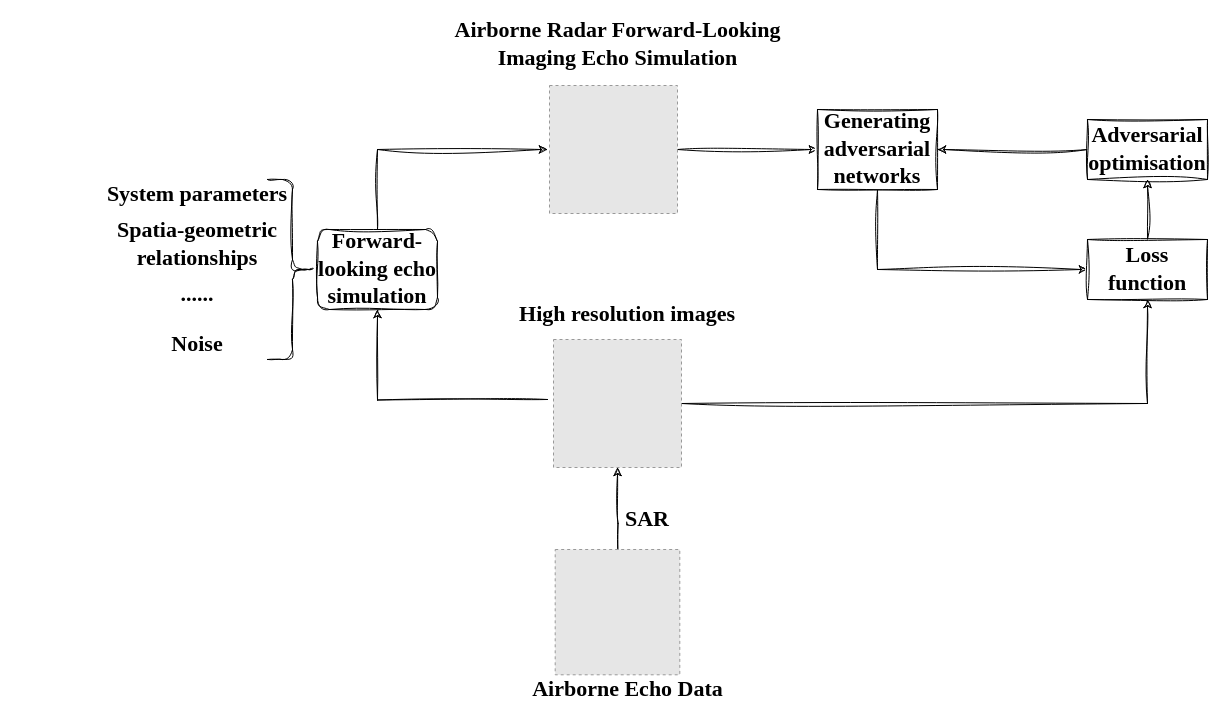
This is dataprocess.drawio from LFNing/General, a draw.io file, before an edit. Source tidied: cells renumbered, new cells numbered last; positions are measured from the earlier drawing's top-left corner, leaving out a move shared by most shapes. Both pictures are drawn from the tidied source at 100%, with x=0, y=0 at pixel (97, 29). Pictures stored in the file or linked from it are replaced by grey dashed boxes.
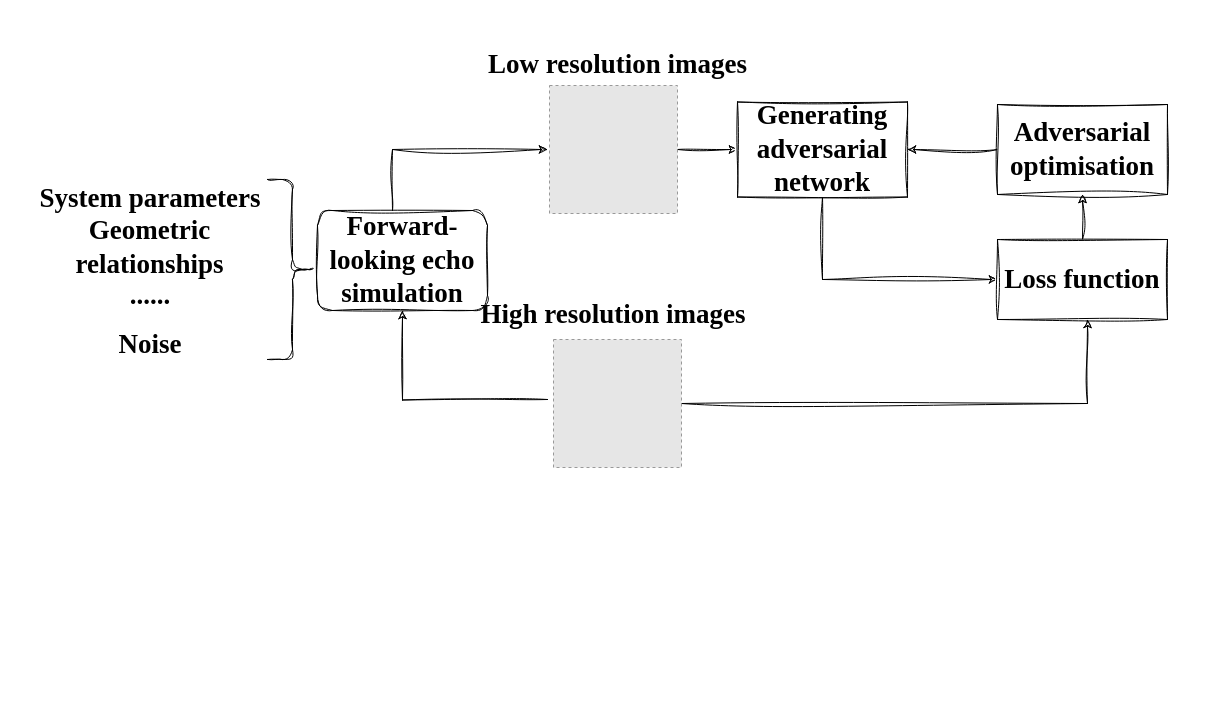
The same page after the edit.

Change to the diagram source:
```diff
@@
-    <mxCell id="2" style="edgeStyle=orthogonalEdgeStyle;rounded=0;sketch=1;hachureGap=4;jiggle=2;curveFitting=1;jettySize=auto;html=1;fontFamily=Architects Daughter;fontSize=22;fontStyle=1;spacing=1;spacingTop=0;spacingBottom=0;" parent="1" edge="1" source="3">
+    <mxCell id="2" style="edgeStyle=orthogonalEdgeStyle;rounded=0;sketch=1;hachureGap=4;jiggle=2;curveFitting=1;jettySize=auto;html=1;fontFamily=Architects Daughter;fontSize=27;fontStyle=1;spacing=1;spacingTop=0;spacingBottom=0;" parent="1" edge="1" source="3">
       <mxGeometry relative="1" as="geometry">
         <mxPoint x="450" y="120" as="targetPoint" />
         <Array as="points">
-          <mxPoint x="280" y="120" />
+          <mxPoint x="295" y="120" />
         </Array>
       </mxGeometry>
     </mxCell>
-    <mxCell id="3" value="&lt;font face=&quot;Times New Roman&quot; style=&quot;font-size: 22px;&quot;&gt;Forward-looking echo simulation&lt;/font&gt;" style="rounded=1;whiteSpace=wrap;html=1;sketch=1;hachureGap=4;jiggle=2;curveFitting=1;fontFamily=Architects Daughter;fontSize=22;gradientColor=none;fontStyle=1;spacing=1;spacingTop=0;spacingBottom=0;" parent="1" vertex="1">
-      <mxGeometry x="220" y="200" width="120" height="80" as="geometry" />
+    <mxCell id="3" value="&lt;font face=&quot;Times New Roman&quot; style=&quot;font-size: 27px;&quot;&gt;Forward-looking echo simulation&lt;/font&gt;" style="rounded=1;whiteSpace=wrap;html=1;sketch=1;hachureGap=4;jiggle=2;curveFitting=1;fontFamily=Architects Daughter;fontSize=27;gradientColor=none;fontStyle=1;spacing=1;spacingTop=0;spacingBottom=0;" parent="1" vertex="1">
+      <mxGeometry x="220" y="181" width="170" height="100" as="geometry" />
     </mxCell>
-    <mxCell id="4" style="edgeStyle=orthogonalEdgeStyle;rounded=0;sketch=1;hachureGap=4;jiggle=2;curveFitting=1;jettySize=auto;html=1;entryX=0;entryY=0.5;entryDx=0;entryDy=0;fontFamily=Architects Daughter;fontSize=22;fontStyle=1;spacing=1;spacingTop=0;spacingBottom=0;" parent="1" edge="1" source="20" target="8">
+    <mxCell id="4" style="edgeStyle=orthogonalEdgeStyle;rounded=0;sketch=1;hachureGap=4;jiggle=2;curveFitting=1;jettySize=auto;html=1;entryX=0;entryY=0.5;entryDx=0;entryDy=0;fontFamily=Architects Daughter;fontSize=27;fontStyle=1;spacing=1;spacingTop=0;spacingBottom=0;" parent="1" edge="1" source="20" target="8">
       <mxGeometry relative="1" as="geometry" />
     </mxCell>
-    <mxCell id="5" style="edgeStyle=orthogonalEdgeStyle;rounded=0;sketch=1;hachureGap=4;jiggle=2;curveFitting=1;jettySize=auto;html=1;entryX=0.5;entryY=1;entryDx=0;entryDy=0;fontFamily=Architects Daughter;fontSize=22;fontStyle=1;spacing=1;spacingTop=0;spacingBottom=0;" parent="1" edge="1" target="3">
+    <mxCell id="5" style="edgeStyle=orthogonalEdgeStyle;rounded=0;sketch=1;hachureGap=4;jiggle=2;curveFitting=1;jettySize=auto;html=1;entryX=0.5;entryY=1;entryDx=0;entryDy=0;fontFamily=Architects Daughter;fontSize=27;fontStyle=1;spacing=1;spacingTop=0;spacingBottom=0;" parent="1" edge="1" target="3">
       <mxGeometry relative="1" as="geometry">
         <mxPoint x="450" y="370" as="sourcePoint" />
       </mxGeometry>
     </mxCell>
-    <mxCell id="6" style="edgeStyle=orthogonalEdgeStyle;rounded=0;sketch=1;hachureGap=4;jiggle=2;curveFitting=1;jettySize=auto;html=1;fontFamily=Architects Daughter;fontSize=22;exitX=1;exitY=0.5;exitDx=0;exitDy=0;fontStyle=1;spacing=1;spacingTop=0;spacingBottom=0;" parent="1" edge="1" source="19" target="10">
+    <mxCell id="6" style="edgeStyle=orthogonalEdgeStyle;rounded=0;sketch=1;hachureGap=4;jiggle=2;curveFitting=1;jettySize=auto;html=1;fontFamily=Architects Daughter;fontSize=27;exitX=1;exitY=0.5;exitDx=0;exitDy=0;fontStyle=1;spacing=1;spacingTop=0;spacingBottom=0;" parent="1" edge="1" source="19" target="10">
       <mxGeometry relative="1" as="geometry">
         <Array as="points">
-          <mxPoint x="1050" y="374" />
+          <mxPoint x="990" y="374" />
         </Array>
       </mxGeometry>
     </mxCell>
-    <mxCell id="7" style="edgeStyle=orthogonalEdgeStyle;rounded=0;sketch=1;hachureGap=4;jiggle=2;curveFitting=1;jettySize=auto;html=1;fontFamily=Architects Daughter;fontSize=22;exitX=0.5;exitY=1;exitDx=0;exitDy=0;entryX=0;entryY=0.5;entryDx=0;entryDy=0;fontStyle=1;spacing=1;spacingTop=0;spacingBottom=0;" parent="1" edge="1" source="8" target="10">
+    <mxCell id="7" style="edgeStyle=orthogonalEdgeStyle;rounded=0;sketch=1;hachureGap=4;jiggle=2;curveFitting=1;jettySize=auto;html=1;fontFamily=Architects Daughter;fontSize=27;exitX=0.5;exitY=1;exitDx=0;exitDy=0;entryX=0;entryY=0.5;entryDx=0;entryDy=0;fontStyle=1;spacing=1;spacingTop=0;spacingBottom=0;" parent="1" edge="1" source="8" target="10">
       <mxGeometry relative="1" as="geometry" />
     </mxCell>
-    <mxCell id="8" value="&lt;font face=&quot;Times New Roman&quot; style=&quot;font-size: 22px;&quot;&gt;Generating adversarial networks&lt;/font&gt;" style="rounded=0;whiteSpace=wrap;html=1;sketch=1;hachureGap=4;jiggle=2;curveFitting=1;fontFamily=Architects Daughter;fontSize=22;fontStyle=1;spacing=1;spacingTop=0;spacingBottom=0;" parent="1" vertex="1">
-      <mxGeometry x="720" y="80" width="120" height="80" as="geometry" />
+    <mxCell id="8" value="&lt;font face=&quot;Times New Roman&quot; style=&quot;font-size: 27px;&quot;&gt;Generating adversarial network&lt;/font&gt;" style="rounded=0;whiteSpace=wrap;html=1;sketch=1;hachureGap=4;jiggle=2;curveFitting=1;fontFamily=Architects Daughter;fontSize=27;fontStyle=1;spacing=1;spacingTop=0;spacingBottom=0;" parent="1" vertex="1">
+      <mxGeometry x="640" y="72.5" width="170" height="95" as="geometry" />
     </mxCell>
-    <mxCell id="9" style="edgeStyle=orthogonalEdgeStyle;rounded=0;sketch=1;hachureGap=4;jiggle=2;curveFitting=1;jettySize=auto;html=1;fontFamily=Architects Daughter;fontSize=22;fontStyle=1;spacing=1;spacingTop=0;spacingBottom=0;" parent="1" edge="1" source="10" target="12">
+    <mxCell id="9" style="edgeStyle=orthogonalEdgeStyle;rounded=0;sketch=1;hachureGap=4;jiggle=2;curveFitting=1;jettySize=auto;html=1;fontFamily=Architects Daughter;fontSize=27;fontStyle=1;spacing=1;spacingTop=0;spacingBottom=0;" parent="1" edge="1" source="10" target="12">
       <mxGeometry relative="1" as="geometry" />
     </mxCell>
-    <mxCell id="10" value="&lt;font face=&quot;Times New Roman&quot; style=&quot;font-size: 22px;&quot;&gt;Loss function&lt;/font&gt;" style="rounded=0;whiteSpace=wrap;html=1;sketch=1;hachureGap=4;jiggle=2;curveFitting=1;fontFamily=Architects Daughter;fontSize=22;fontStyle=1;spacing=1;spacingTop=0;spacingBottom=0;" parent="1" vertex="1">
-      <mxGeometry x="990" y="210" width="120" height="60" as="geometry" />
+    <mxCell id="10" value="&lt;font face=&quot;Times New Roman&quot; style=&quot;font-size: 27px;&quot;&gt;Loss function&lt;/font&gt;" style="rounded=0;whiteSpace=wrap;html=1;sketch=1;hachureGap=4;jiggle=2;curveFitting=1;fontFamily=Architects Daughter;fontSize=27;fontStyle=1;spacing=1;spacingTop=0;spacingBottom=0;" parent="1" vertex="1">
+      <mxGeometry x="900" y="210" width="170" height="80" as="geometry" />
     </mxCell>
-    <mxCell id="11" style="edgeStyle=orthogonalEdgeStyle;rounded=0;sketch=1;hachureGap=4;jiggle=2;curveFitting=1;jettySize=auto;html=1;fontFamily=Architects Daughter;fontSize=22;fontStyle=1;spacing=1;spacingTop=0;spacingBottom=0;" parent="1" edge="1" source="12" target="8">
+    <mxCell id="11" style="edgeStyle=orthogonalEdgeStyle;rounded=0;sketch=1;hachureGap=4;jiggle=2;curveFitting=1;jettySize=auto;html=1;fontFamily=Architects Daughter;fontSize=27;fontStyle=1;spacing=1;spacingTop=0;spacingBottom=0;" parent="1" edge="1" source="12" target="8">
       <mxGeometry relative="1" as="geometry" />
     </mxCell>
-    <mxCell id="12" value="&lt;font face=&quot;Times New Roman&quot; style=&quot;font-size: 22px;&quot;&gt;Adversarial optimisation&lt;/font&gt;" style="rounded=0;whiteSpace=wrap;html=1;sketch=1;hachureGap=4;jiggle=2;curveFitting=1;fontFamily=Architects Daughter;fontSize=22;fontStyle=1;spacing=1;spacingTop=0;spacingBottom=0;" parent="1" vertex="1">
-      <mxGeometry x="990" y="90" width="120" height="60" as="geometry" />
+    <mxCell id="12" value="&lt;font face=&quot;Times New Roman&quot; style=&quot;font-size: 27px;&quot;&gt;Adversarial optimisation&lt;/font&gt;" style="rounded=0;whiteSpace=wrap;html=1;sketch=1;hachureGap=4;jiggle=2;curveFitting=1;fontFamily=Architects Daughter;fontSize=27;fontStyle=1;spacing=1;spacingTop=0;spacingBottom=0;" parent="1" vertex="1">
+      <mxGeometry x="900" y="75" width="170" height="90" as="geometry" />
     </mxCell>
-    <mxCell id="13" style="edgeStyle=orthogonalEdgeStyle;rounded=0;sketch=1;hachureGap=4;jiggle=2;curveFitting=1;jettySize=auto;html=1;fontFamily=Architects Daughter;fontSize=22;entryX=0.5;entryY=1;entryDx=0;entryDy=0;fontStyle=1;spacing=1;spacingTop=0;spacingBottom=0;" parent="1" edge="1" target="19">
-      <mxGeometry relative="1" as="geometry">
-        <mxPoint x="520" y="550" as="sourcePoint" />
-      </mxGeometry>
-    </mxCell>
-    <mxCell id="14" value="&lt;font face=&quot;Times New Roman&quot; style=&quot;font-size: 22px;&quot;&gt;SAR&lt;/font&gt;" style="text;html=1;strokeColor=none;fillColor=none;align=center;verticalAlign=middle;whiteSpace=wrap;rounded=0;fontSize=22;fontFamily=Architects Daughter;fontStyle=1;spacing=1;spacingTop=0;spacingBottom=0;" parent="1" vertex="1">
-      <mxGeometry x="520" y="475" width="60" height="30" as="geometry" />
-    </mxCell>
-    <mxCell id="15" value="&lt;font face=&quot;Times New Roman&quot; style=&quot;font-size: 22px;&quot;&gt;Airborne Radar Forward-Looking Imaging Echo Simulation&lt;/font&gt;" style="text;html=1;strokeColor=none;fillColor=none;align=center;verticalAlign=middle;whiteSpace=wrap;rounded=0;fontSize=22;fontFamily=Architects Daughter;fontStyle=1;spacing=1;spacingTop=0;spacingBottom=0;" parent="1" vertex="1">
-      <mxGeometry x="342.5" width="355" height="30" as="geometry" />
+    <mxCell id="15" value="&lt;font face=&quot;Times New Roman&quot; style=&quot;font-size: 27px;&quot;&gt;Low resolution images&lt;/font&gt;" style="text;html=1;strokeColor=none;fillColor=none;align=center;verticalAlign=middle;whiteSpace=wrap;rounded=0;fontSize=27;fontFamily=Architects Daughter;fontStyle=1;spacing=1;spacingTop=0;spacingBottom=0;" parent="1" vertex="1">
+      <mxGeometry x="342.5" y="20" width="355" height="30" as="geometry" />
     </mxCell>
-    <mxCell id="16" value="&lt;font face=&quot;Times New Roman&quot; style=&quot;font-size: 22px;&quot;&gt;Airborne Echo Data&lt;/font&gt;" style="text;html=1;strokeColor=none;fillColor=none;align=center;verticalAlign=middle;whiteSpace=wrap;rounded=0;fontSize=22;fontFamily=Architects Daughter;fontStyle=1;spacing=1;spacingTop=0;spacingBottom=0;" parent="1" vertex="1">
-      <mxGeometry x="418.6" y="645.3" width="222.7" height="30" as="geometry" />
-    </mxCell>
-    <mxCell id="17" value="&lt;font face=&quot;Times New Roman&quot; style=&quot;font-size: 22px;&quot;&gt;High resolution images&lt;/font&gt;" style="text;html=1;strokeColor=none;fillColor=none;align=center;verticalAlign=middle;whiteSpace=wrap;rounded=0;fontSize=22;fontFamily=Architects Daughter;fontStyle=1;spacing=1;spacingTop=0;spacingBottom=0;" parent="1" vertex="1">
-      <mxGeometry x="410" y="270" width="240" height="30" as="geometry" />
+    <mxCell id="17" value="&lt;font face=&quot;Times New Roman&quot; style=&quot;font-size: 27px;&quot;&gt;High resolution images&lt;/font&gt;" style="text;html=1;strokeColor=none;fillColor=none;align=center;verticalAlign=middle;whiteSpace=wrap;rounded=0;fontSize=27;fontFamily=Architects Daughter;fontStyle=1;spacing=1;spacingTop=0;spacingBottom=0;" parent="1" vertex="1">
+      <mxGeometry x="381" y="270" width="270" height="30" as="geometry" />
     </mxCell>
-    <mxCell id="18" style="fillColor=#E6E6E6;strokeColor=#999999;dashed=1;verticalLabelPosition=bottom;labelBackgroundColor=default;verticalAlign=top;fontStyle=1;fontSize=22;spacing=1;spacingTop=0;spacingBottom=0;" parent="1" vertex="1">
-      <mxGeometry x="457.7" y="520" width="124.6" height="125.3" as="geometry" />
-    </mxCell>
-    <mxCell id="19" style="fillColor=#E6E6E6;strokeColor=#999999;dashed=1;verticalLabelPosition=bottom;labelBackgroundColor=default;verticalAlign=top;fontStyle=1;fontSize=22;spacing=1;spacingTop=0;spacingBottom=0;" parent="1" vertex="1">
+    <mxCell id="19" style="fillColor=#E6E6E6;strokeColor=#999999;dashed=1;verticalLabelPosition=bottom;labelBackgroundColor=default;verticalAlign=top;fontStyle=1;fontSize=27;spacing=1;spacingTop=0;spacingBottom=0;" parent="1" vertex="1">
       <mxGeometry x="456" y="310" width="128" height="128" as="geometry" />
     </mxCell>
-    <mxCell id="20" style="fillColor=#E6E6E6;strokeColor=#999999;dashed=1;verticalLabelPosition=bottom;labelBackgroundColor=default;verticalAlign=top;fontStyle=1;fontSize=22;spacing=1;spacingTop=0;spacingBottom=0;" parent="1" vertex="1">
+    <mxCell id="20" style="fillColor=#E6E6E6;strokeColor=#999999;dashed=1;verticalLabelPosition=bottom;labelBackgroundColor=default;verticalAlign=top;fontStyle=1;fontSize=27;spacing=1;spacingTop=0;spacingBottom=0;" parent="1" vertex="1">
       <mxGeometry x="452" y="56" width="128" height="128" as="geometry" />
     </mxCell>
-    <mxCell id="21" style="shape=curlyBracket;whiteSpace=wrap;html=1;rounded=1;flipH=1;labelPosition=right;verticalLabelPosition=middle;align=left;verticalAlign=middle;sketch=1;hachureGap=4;jiggle=2;curveFitting=1;fontFamily=Architects Daughter;fontSize=22;size=0.5;fontStyle=1;spacing=1;spacingTop=0;spacingBottom=0;" parent="1" vertex="1">
+    <mxCell id="21" style="shape=curlyBracket;whiteSpace=wrap;html=1;rounded=1;flipH=1;labelPosition=right;verticalLabelPosition=middle;align=left;verticalAlign=middle;sketch=1;hachureGap=4;jiggle=2;curveFitting=1;fontFamily=Architects Daughter;fontSize=27;size=0.5;fontStyle=1;spacing=1;spacingTop=0;spacingBottom=0;" parent="1" vertex="1">
       <mxGeometry x="170" y="150" width="50" height="180" as="geometry" />
     </mxCell>
-    <mxCell id="22" value="&lt;font face=&quot;Times New Roman&quot; style=&quot;font-size: 22px;&quot;&gt;System parameters&lt;/font&gt;" style="text;html=1;strokeColor=none;fillColor=none;align=center;verticalAlign=middle;whiteSpace=wrap;rounded=0;fontSize=22;fontFamily=Architects Daughter;fontStyle=1;spacing=1;spacingTop=0;spacingBottom=0;" parent="1" vertex="1">
-      <mxGeometry y="150" width="200" height="30" as="geometry" />
+    <mxCell id="22" value="&lt;font face=&quot;Times New Roman&quot; style=&quot;font-size: 27px;&quot;&gt;System parameters&lt;/font&gt;" style="text;html=1;strokeColor=none;fillColor=none;align=center;verticalAlign=middle;whiteSpace=wrap;rounded=0;fontSize=27;fontFamily=Architects Daughter;fontStyle=1;spacing=1;spacingTop=0;spacingBottom=0;" parent="1" vertex="1">
+      <mxGeometry x="-62.5" y="154" width="230" height="30" as="geometry" />
     </mxCell>
-    <mxCell id="23" value="&lt;font face=&quot;Times New Roman&quot; style=&quot;font-size: 22px;&quot;&gt;Noise&lt;/font&gt;" style="text;html=1;strokeColor=none;fillColor=none;align=center;verticalAlign=middle;whiteSpace=wrap;rounded=0;fontSize=22;fontFamily=Architects Daughter;fontStyle=1;spacing=1;spacingTop=0;spacingBottom=0;" parent="1" vertex="1">
-      <mxGeometry y="300" width="200" height="30" as="geometry" />
+    <mxCell id="23" value="&lt;font face=&quot;Times New Roman&quot; style=&quot;font-size: 27px;&quot;&gt;Noise&lt;/font&gt;" style="text;html=1;strokeColor=none;fillColor=none;align=center;verticalAlign=middle;whiteSpace=wrap;rounded=0;fontSize=27;fontFamily=Architects Daughter;fontStyle=1;spacing=1;spacingTop=0;spacingBottom=0;" parent="1" vertex="1">
+      <mxGeometry x="-47.5" y="300" width="200" height="30" as="geometry" />
     </mxCell>
-    <mxCell id="24" value="&lt;font face=&quot;Times New Roman&quot; style=&quot;font-size: 22px;&quot;&gt;Spatia-geometric relationships&lt;/font&gt;" style="text;html=1;strokeColor=none;fillColor=none;align=center;verticalAlign=middle;whiteSpace=wrap;rounded=0;fontSize=22;fontFamily=Architects Daughter;fontStyle=1;spacing=1;spacingTop=0;spacingBottom=0;" parent="1" vertex="1">
-      <mxGeometry y="200" width="200" height="30" as="geometry" />
+    <mxCell id="24" value="&lt;font face=&quot;Times New Roman&quot; style=&quot;font-size: 27px;&quot;&gt;Geometric relationships&lt;/font&gt;" style="text;html=1;strokeColor=none;fillColor=none;align=center;verticalAlign=middle;whiteSpace=wrap;rounded=0;fontSize=27;fontFamily=Architects Daughter;fontStyle=1;spacing=1;spacingTop=0;spacingBottom=0;" parent="1" vertex="1">
+      <mxGeometry x="-80" y="203" width="265" height="30" as="geometry" />
     </mxCell>
-    <mxCell id="25" value="&lt;font face=&quot;Times New Roman&quot; style=&quot;font-size: 22px;&quot;&gt;......&lt;/font&gt;" style="text;html=1;strokeColor=none;fillColor=none;align=center;verticalAlign=middle;whiteSpace=wrap;rounded=0;fontSize=22;fontFamily=Architects Daughter;fontStyle=1;spacing=1;spacingTop=0;spacingBottom=0;" parent="1" vertex="1">
-      <mxGeometry y="250" width="200" height="30" as="geometry" />
+    <mxCell id="25" value="&lt;font face=&quot;Times New Roman&quot; style=&quot;font-size: 27px;&quot;&gt;......&lt;/font&gt;" style="text;html=1;strokeColor=none;fillColor=none;align=center;verticalAlign=middle;whiteSpace=wrap;rounded=0;fontSize=27;fontFamily=Architects Daughter;fontStyle=1;spacing=1;spacingTop=0;spacingBottom=0;" parent="1" vertex="1">
+      <mxGeometry x="-47.5" y="251" width="200" height="30" as="geometry" />
     </mxCell>
```
